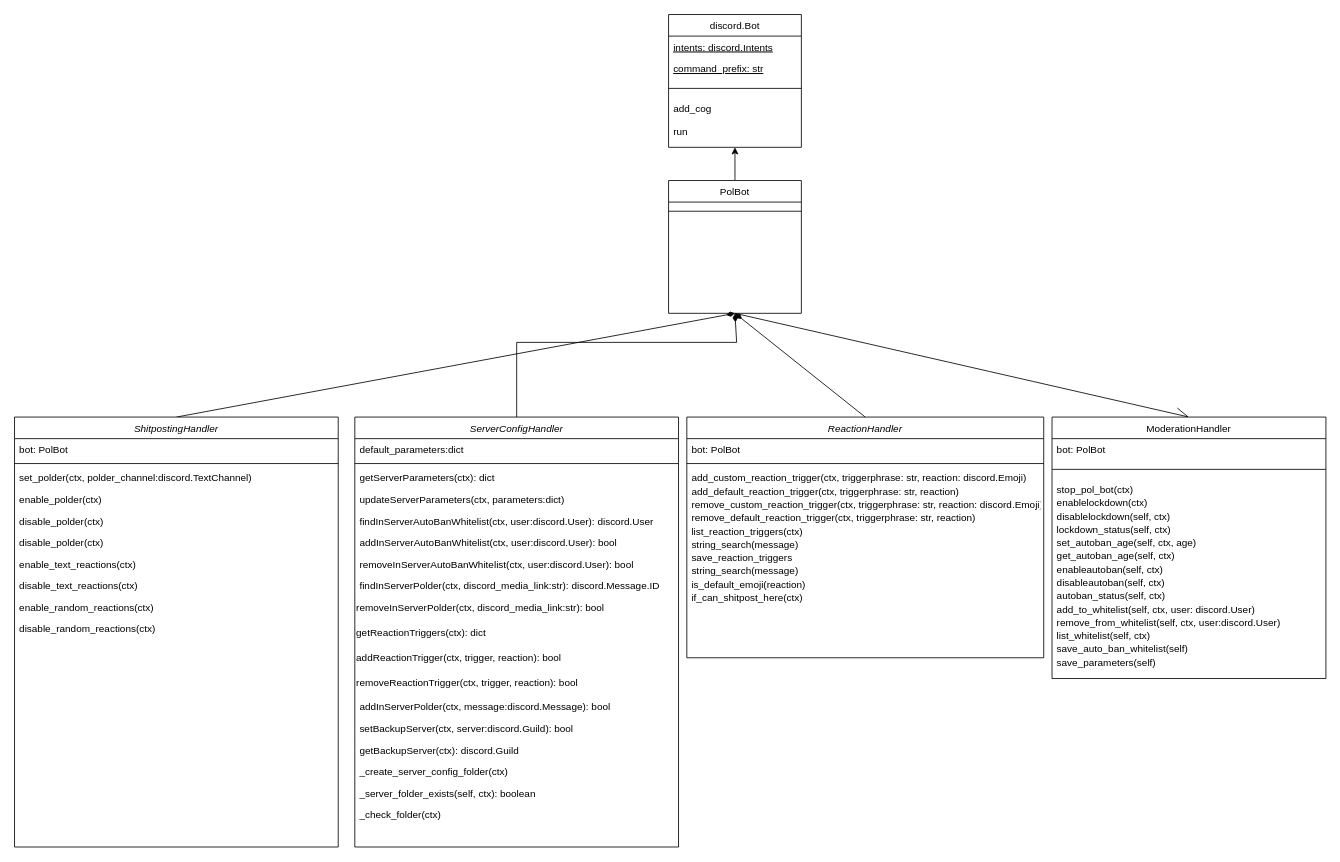
Earlier version of the draw.io diagram Untitled Diagram.drawio (abdann/polbot). Source tidied: cells renumbered, new cells numbered last; positions are measured from the earlier drawing's top-left corner, leaving out a move shared by most shapes. Both pictures are drawn from the tidied source at 83%, with x=0, y=0 at pixel (14, 14).
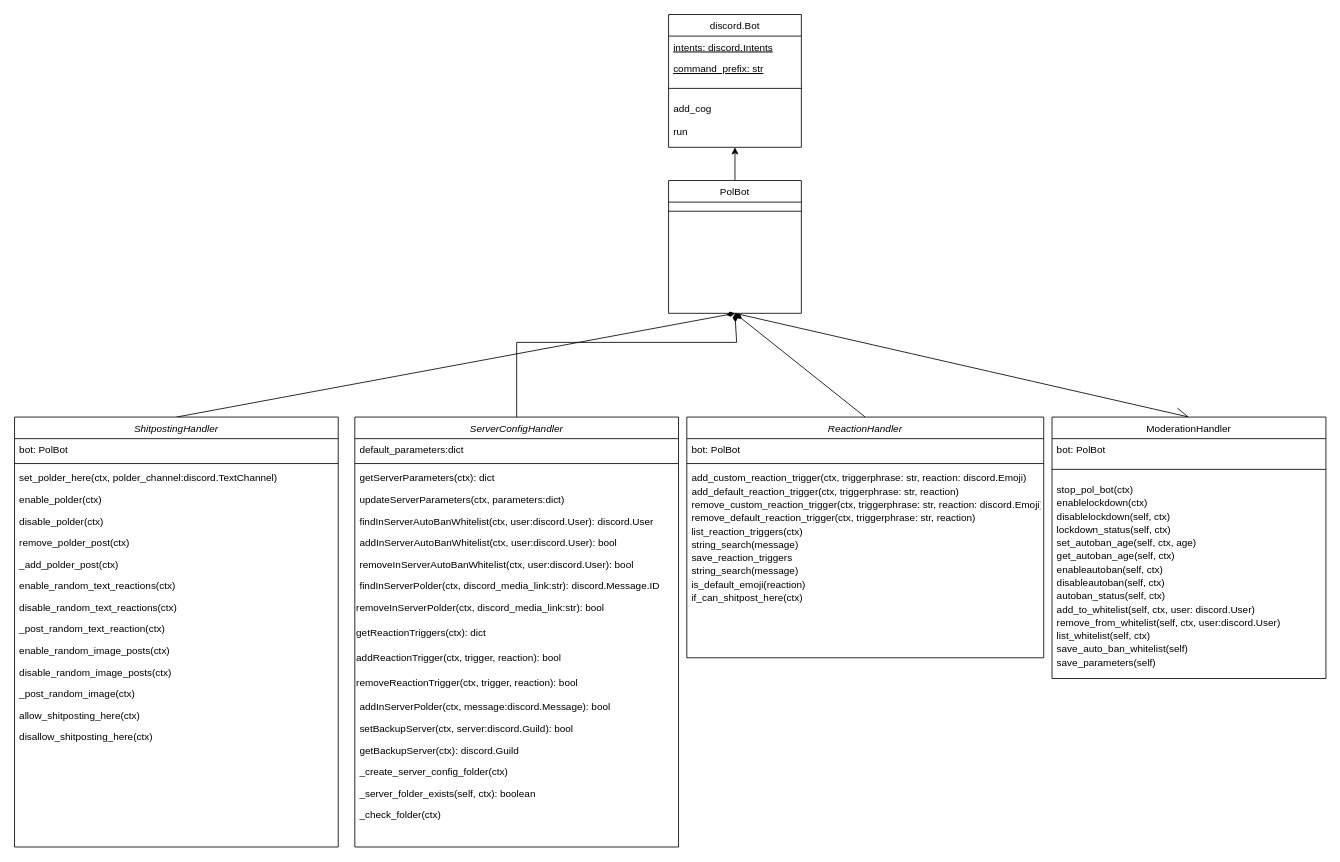
The same page after the edit.

The change refers to these unchanged cells:
```xml
<mxCell id="64" value="ShitpostingHandler" style="swimlane;fontStyle=2;align=center;verticalAlign=top;horizontal=1;startSize=26;rounded=0;shadow=0;strokeWidth=1;" parent="1" vertex="1">
  <mxGeometry y="485" width="390" height="518" as="geometry" />
</mxCell>
```

What changed in the source:
```diff
@@
-    <mxCell id="67" value="set_polder(ctx, polder_channel:discord.TextChannel)" style="text;align=left;verticalAlign=top;spacingLeft=4;spacingRight=4;overflow=hidden;" parent="64" vertex="1">
+    <mxCell id="67" value="set_polder_here(ctx, polder_channel:discord.TextChannel)" style="text;align=left;verticalAlign=top;spacingLeft=4;spacingRight=4;overflow=hidden;" parent="64" vertex="1">
       <mxGeometry y="60" width="390" height="26" as="geometry" />
     </mxCell>
@@
-    <mxCell id="70" value="disable_polder(ctx)" style="text;align=left;verticalAlign=top;spacingLeft=4;spacingRight=4;overflow=hidden;" parent="64" vertex="1">
-      <mxGeometry y="138" width="390" height="26" as="geometry" />
-    </mxCell>
+    <mxCell id="75" value="remove_polder_post(ctx)" style="text;align=left;verticalAlign=top;spacingLeft=4;spacingRight=4;overflow=hidden;" parent="64" vertex="1">
+      <mxGeometry y="138" width="390" height="26" as="geometry" />
+    </mxCell>
+    <mxCell id="76" value="_add_polder_post(ctx)" style="text;align=left;verticalAlign=top;spacingLeft=4;spacingRight=4;overflow=hidden;" parent="64" vertex="1">
+      <mxGeometry y="164" width="390" height="26" as="geometry" />
+    </mxCell>
-    <mxCell id="71" value="enable_text_reactions(ctx)" style="text;align=left;verticalAlign=top;spacingLeft=4;spacingRight=4;overflow=hidden;" parent="64" vertex="1">
-      <mxGeometry y="164" width="390" height="26" as="geometry" />
+    <mxCell id="71" value="enable_random_text_reactions(ctx)" style="text;align=left;verticalAlign=top;spacingLeft=4;spacingRight=4;overflow=hidden;" parent="64" vertex="1">
+      <mxGeometry y="190" width="390" height="26" as="geometry" />
     </mxCell>
-    <mxCell id="72" value="disable_text_reactions(ctx)" style="text;align=left;verticalAlign=top;spacingLeft=4;spacingRight=4;overflow=hidden;" parent="64" vertex="1">
-      <mxGeometry y="190" width="390" height="26" as="geometry" />
+    <mxCell id="72" value="disable_random_text_reactions(ctx)" style="text;align=left;verticalAlign=top;spacingLeft=4;spacingRight=4;overflow=hidden;" parent="64" vertex="1">
+      <mxGeometry y="216" width="390" height="26" as="geometry" />
     </mxCell>
+    <mxCell id="77" value="_post_random_text_reaction(ctx)" style="text;align=left;verticalAlign=top;spacingLeft=4;spacingRight=4;overflow=hidden;" parent="64" vertex="1">
+      <mxGeometry y="242" width="390" height="26" as="geometry" />
+    </mxCell>
-    <mxCell id="73" value="enable_random_reactions(ctx)" style="text;align=left;verticalAlign=top;spacingLeft=4;spacingRight=4;overflow=hidden;" parent="64" vertex="1">
-      <mxGeometry y="216" width="390" height="26" as="geometry" />
+    <mxCell id="73" value="enable_random_image_posts(ctx)" style="text;align=left;verticalAlign=top;spacingLeft=4;spacingRight=4;overflow=hidden;" parent="64" vertex="1">
+      <mxGeometry y="268" width="390" height="26" as="geometry" />
     </mxCell>
-    <mxCell id="74" value="disable_random_reactions(ctx)" style="text;align=left;verticalAlign=top;spacingLeft=4;spacingRight=4;overflow=hidden;" parent="64" vertex="1">
-      <mxGeometry y="242" width="390" height="26" as="geometry" />
+    <mxCell id="74" value="disable_random_image_posts(ctx)" style="text;align=left;verticalAlign=top;spacingLeft=4;spacingRight=4;overflow=hidden;" parent="64" vertex="1">
+      <mxGeometry y="294" width="390" height="26" as="geometry" />
     </mxCell>
+    <mxCell id="78" value="_post_random_image(ctx)" style="text;align=left;verticalAlign=top;spacingLeft=4;spacingRight=4;overflow=hidden;" parent="64" vertex="1">
+      <mxGeometry y="320" width="390" height="26" as="geometry" />
+    </mxCell>
+    <mxCell id="79" value="allow_shitposting_here(ctx)" style="text;align=left;verticalAlign=top;spacingLeft=4;spacingRight=4;overflow=hidden;" parent="64" vertex="1">
+      <mxGeometry y="346" width="390" height="26" as="geometry" />
+    </mxCell>
+    <mxCell id="80" value="disallow_shitposting_here(ctx)" style="text;align=left;verticalAlign=top;spacingLeft=4;spacingRight=4;overflow=hidden;" parent="64" vertex="1">
+      <mxGeometry y="372" width="390" height="26" as="geometry" />
+    </mxCell>
```
